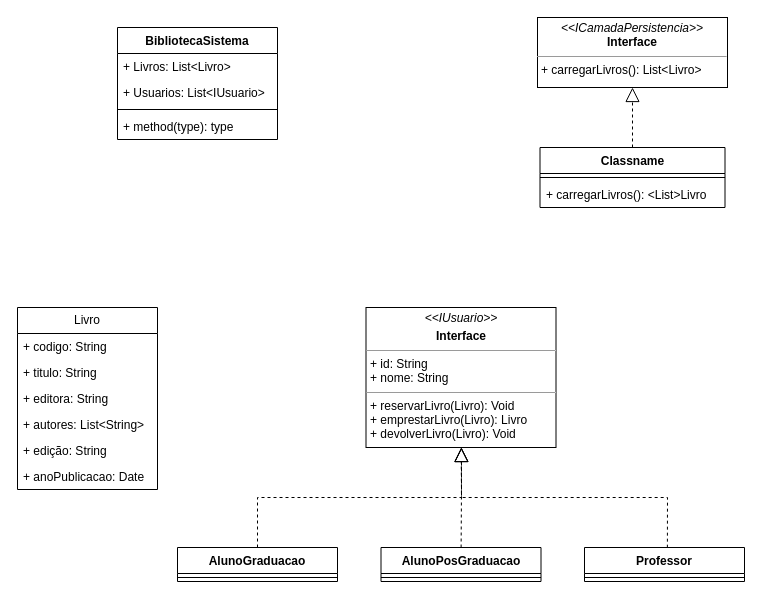
Earlier version of the draw.io diagram DiagramaDeClasses.drawio (Zipudhe/TrabalhoEngenhariaSoftwareI). Source tidied: cells renumbered, new cells numbered last; positions are measured from the earlier drawing's top-left corner, leaving out a move shared by most shapes. Both pictures are drawn from the tidied source at 100%, with x=0, y=0 at pixel (17, 17).
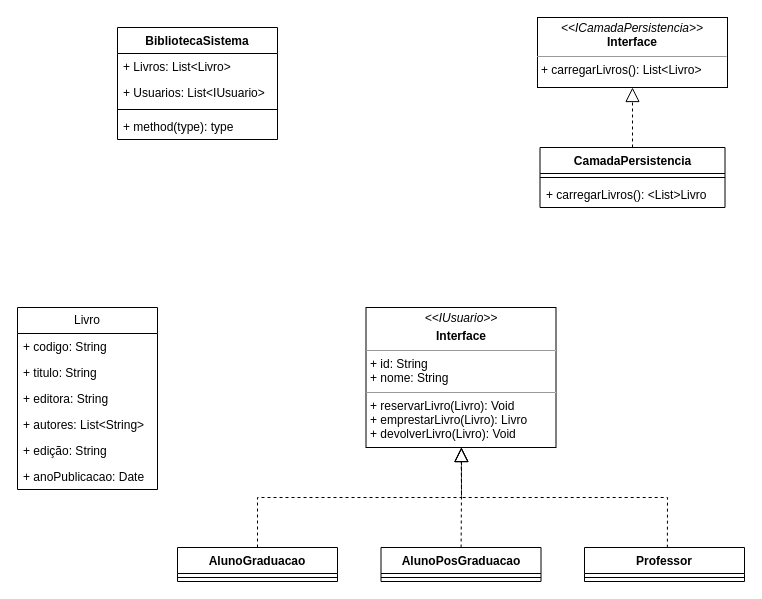
After the change.

Commit message (it also covers changes not shown here):
feature dados teste e atualizacao diagrama

The edit, as a diff of the source:
```diff
@@
-    <mxCell id="25" value="Classname" style="swimlane;fontStyle=1;align=center;verticalAlign=top;horizontal=1;startSize=26;whiteSpace=wrap;html=1;" parent="1" vertex="1">
+    <mxCell id="25" value="&lt;div&gt;CamadaPersistencia&lt;/div&gt;" style="swimlane;fontStyle=1;align=center;verticalAlign=top;horizontal=1;startSize=26;whiteSpace=wrap;html=1;" parent="1" vertex="1">
       <mxGeometry x="522.5" y="130" width="185" height="60" as="geometry" />
     </mxCell>
```
